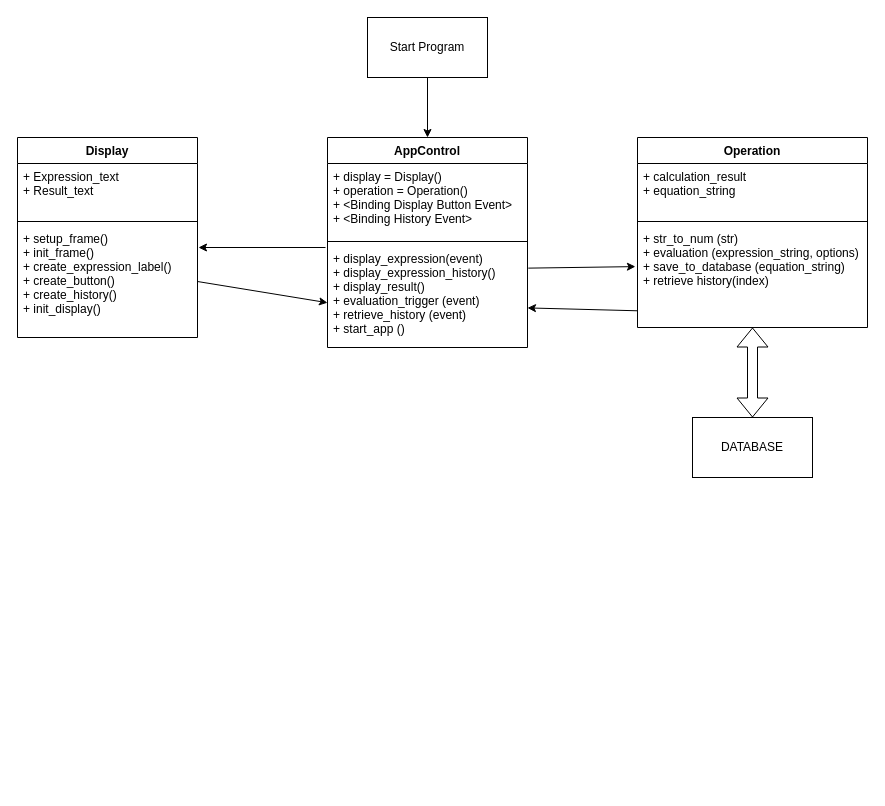
Before: Diagram.drawio in HoangNKQ/TkCalculator, a draw.io diagram. Source tidied: cells renumbered, new cells numbered last; positions are measured from the earlier drawing's top-left corner, leaving out a move shared by most shapes. Both pictures are drawn from the tidied source at 100%, with x=0, y=0 at pixel (17, 17).
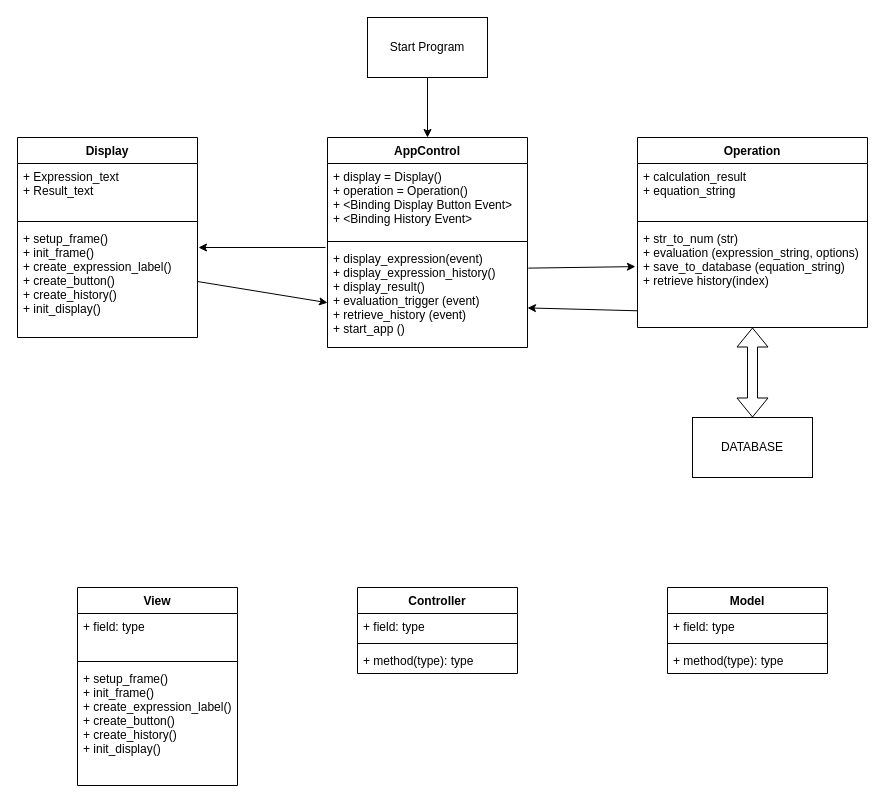
The same diagram, later.

The edit, as a diff of the source:
```diff
@@
+    <mxCell id="22" value="Controller" style="swimlane;fontStyle=1;align=center;verticalAlign=top;horizontal=1;startSize=26;" parent="1" vertex="1">
+      <mxGeometry x="340" y="570" width="160" height="86" as="geometry" />
+    </mxCell>
+    <mxCell id="23" value="+ field: type" style="text;strokeColor=none;fillColor=none;align=left;verticalAlign=top;spacingLeft=4;spacingRight=4;overflow=hidden;" parent="22" vertex="1">
+      <mxGeometry y="26" width="160" height="26" as="geometry" />
+    </mxCell>
+    <mxCell id="24" style="line;strokeWidth=1;fillColor=none;align=left;verticalAlign=middle;spacingTop=-1;spacingLeft=3;spacingRight=3;labelPosition=right;" parent="22" vertex="1">
+      <mxGeometry y="52" width="160" height="8" as="geometry" />
+    </mxCell>
+    <mxCell id="25" value="+ method(type): type" style="text;strokeColor=none;fillColor=none;align=left;verticalAlign=top;spacingLeft=4;spacingRight=4;overflow=hidden;" parent="22" vertex="1">
+      <mxGeometry y="60" width="160" height="26" as="geometry" />
+    </mxCell>
+    <mxCell id="26" value="View" style="swimlane;fontStyle=1;align=center;verticalAlign=top;horizontal=1;startSize=26;" parent="1" vertex="1">
+      <mxGeometry x="60" y="570" width="160" height="198" as="geometry" />
+    </mxCell>
+    <mxCell id="27" value="+ field: type" style="text;strokeColor=none;fillColor=none;align=left;verticalAlign=top;spacingLeft=4;spacingRight=4;overflow=hidden;" parent="26" vertex="1">
+      <mxGeometry y="26" width="160" height="44" as="geometry" />
+    </mxCell>
+    <mxCell id="28" style="line;strokeWidth=1;fillColor=none;align=left;verticalAlign=middle;spacingTop=-1;spacingLeft=3;spacingRight=3;labelPosition=right;" parent="26" vertex="1">
+      <mxGeometry y="70" width="160" height="8" as="geometry" />
+    </mxCell>
+    <mxCell id="29" value="+ setup_frame()&#10;+ init_frame()&#10;+ create_expression_label()&#10;+ create_button()&#10;+ create_history()&#10;+ init_display()&#10;" style="text;strokeColor=none;fillColor=none;align=left;verticalAlign=top;spacingLeft=4;spacingRight=4;overflow=hidden;" parent="26" vertex="1">
+      <mxGeometry y="78" width="160" height="120" as="geometry" />
+    </mxCell>
+    <mxCell id="30" value="Model" style="swimlane;fontStyle=1;align=center;verticalAlign=top;horizontal=1;startSize=26;" parent="1" vertex="1">
+      <mxGeometry x="650" y="570" width="160" height="86" as="geometry" />
+    </mxCell>
+    <mxCell id="31" value="+ field: type" style="text;strokeColor=none;fillColor=none;align=left;verticalAlign=top;spacingLeft=4;spacingRight=4;overflow=hidden;" parent="30" vertex="1">
+      <mxGeometry y="26" width="160" height="26" as="geometry" />
+    </mxCell>
+    <mxCell id="32" style="line;strokeWidth=1;fillColor=none;align=left;verticalAlign=middle;spacingTop=-1;spacingLeft=3;spacingRight=3;labelPosition=right;" parent="30" vertex="1">
+      <mxGeometry y="52" width="160" height="8" as="geometry" />
+    </mxCell>
+    <mxCell id="33" value="+ method(type): type" style="text;strokeColor=none;fillColor=none;align=left;verticalAlign=top;spacingLeft=4;spacingRight=4;overflow=hidden;" parent="30" vertex="1">
+      <mxGeometry y="60" width="160" height="26" as="geometry" />
+    </mxCell>
```
